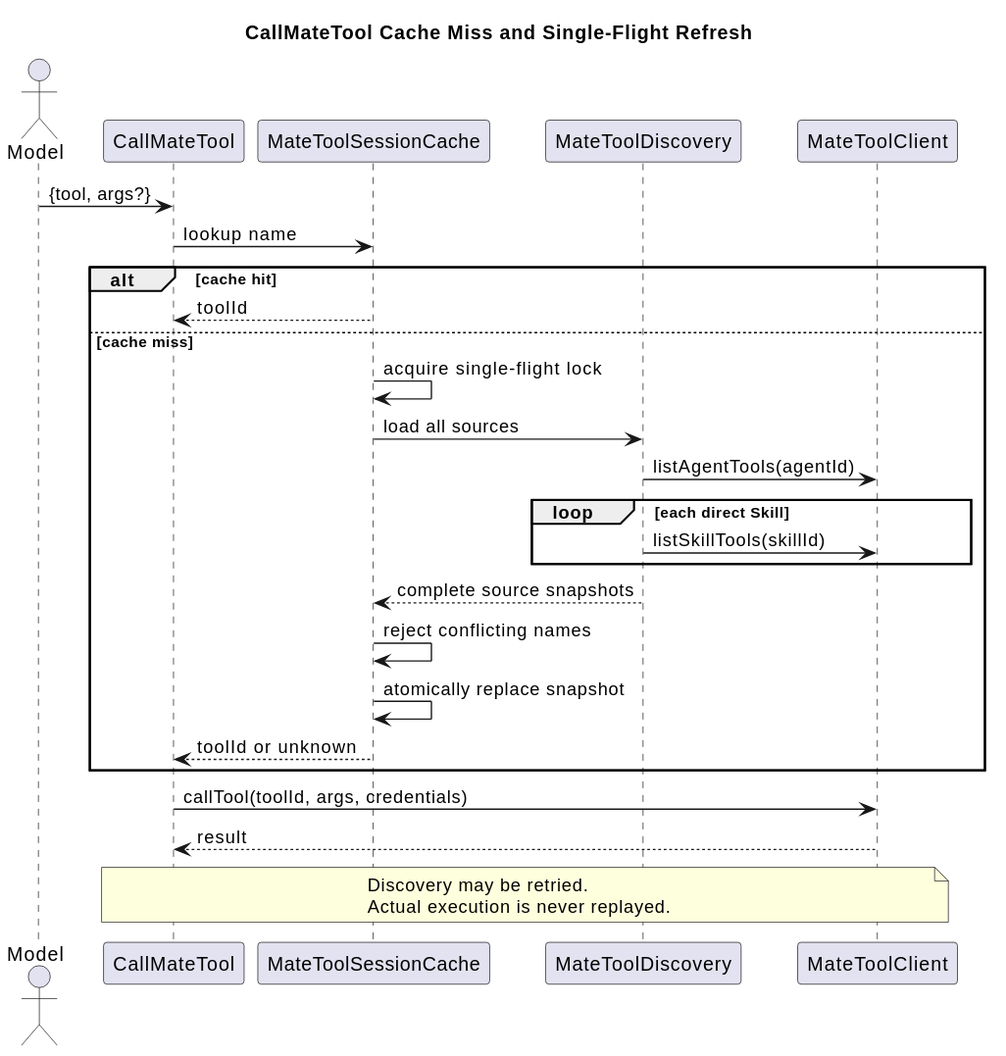
The PlantUML diagram docs/designs/tool-system-v2/mate_call_refresh.svg in 2862282695gjh-afk/pi-mono-java, before a commit.
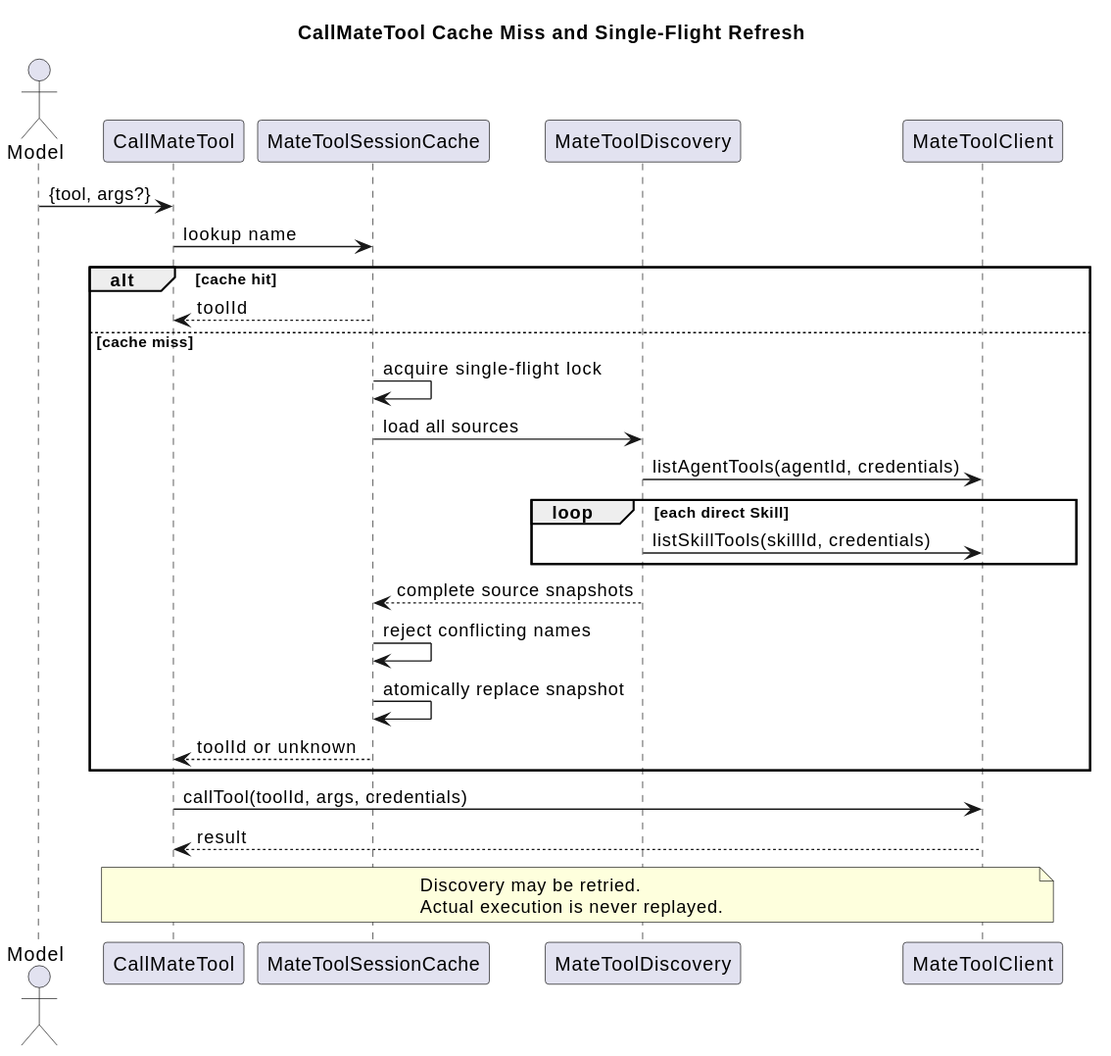
After the commit.

The edit, as a diff of the source:
```diff
@@ -15,9 +15,9 @@
 else cache miss
   Cache -> Cache : acquire single-flight lock
   Cache -> Discovery : load all sources
-  Discovery -> Mate : listAgentTools(agentId)
+  Discovery -> Mate : listAgentTools(agentId, credentials)
   loop each direct Skill
-    Discovery -> Mate : listSkillTools(skillId)
+    Discovery -> Mate : listSkillTools(skillId, credentials)
   end
   Discovery --> Cache : complete source snapshots
   Cache -> Cache : reject conflicting names
```
